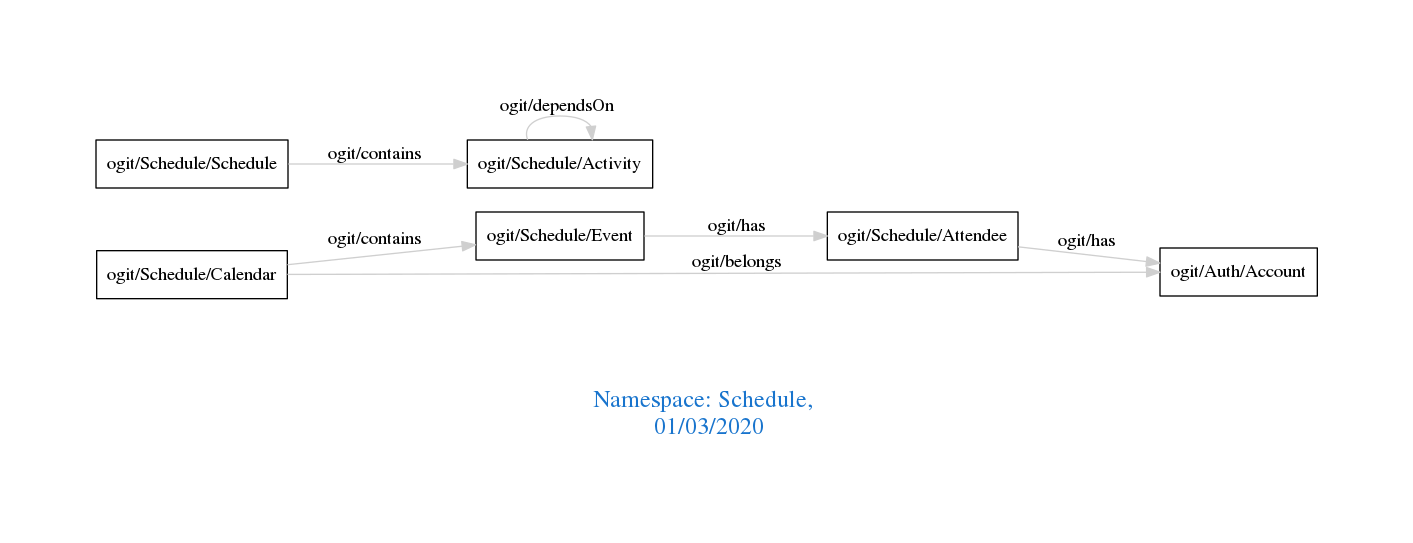
Before: downloads/Schedule.png, a diagram exported from Graphviz (arago/OGIT). Its source is kept beside it as downloads/Schedule.dot.
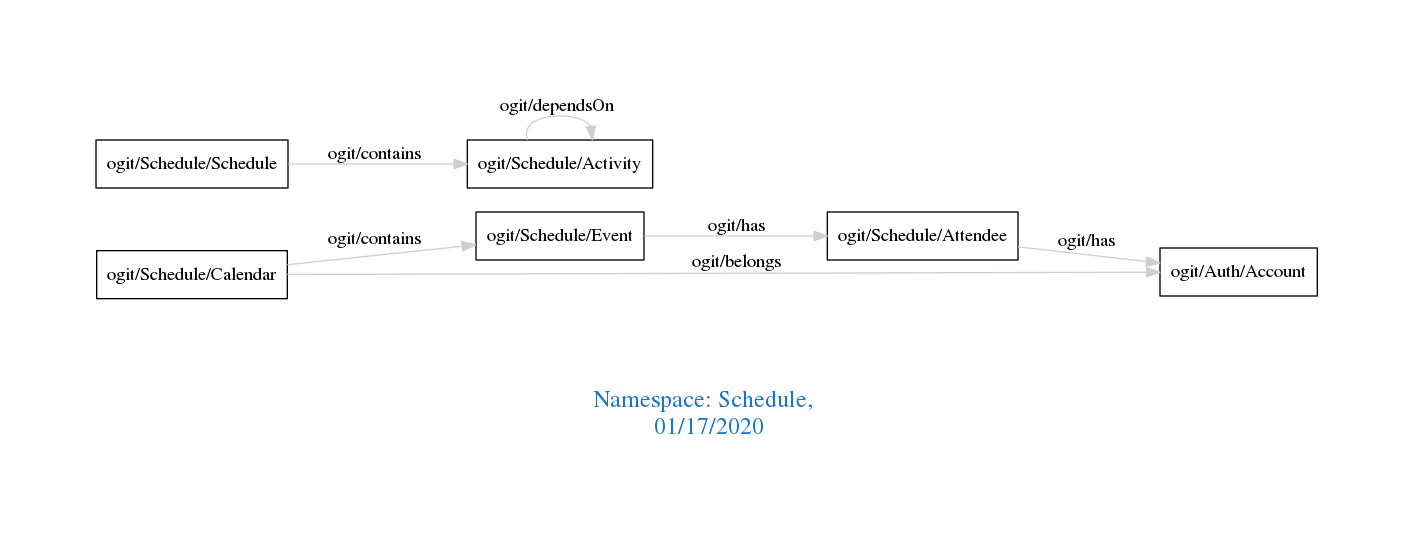
Later version of the same file.

Diff of the diagram source:
```diff
@@ -1,7 +1,7 @@
 digraph OGIT_ontology {
  graph [ rankdir= LR,pad=1
 fontsize = 18,
-fontcolor= dodgerblue3,label = "\n\n\nNamespace: Schedule, \n 01/03/2020"];
+fontcolor= dodgerblue3,label = "\n\n\nNamespace: Schedule, \n 01/17/2020"];
 node[shape=polygon];
 edge [  color="gray81"];
 
```
